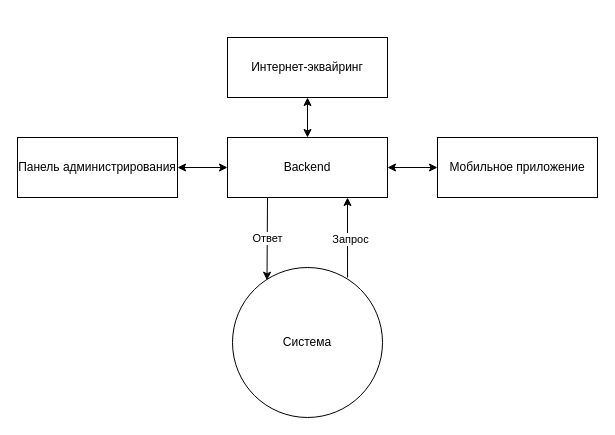
Above: CE/StarBazaar_full.drawio in careock/diagrams (draw.io), before the change. Source tidied: cells renumbered, new cells numbered last; positions are measured from the earlier drawing's top-left corner, leaving out a move shared by most shapes. Both pictures are drawn from the tidied source at 100%, with x=0, y=0 at pixel (17, 37).
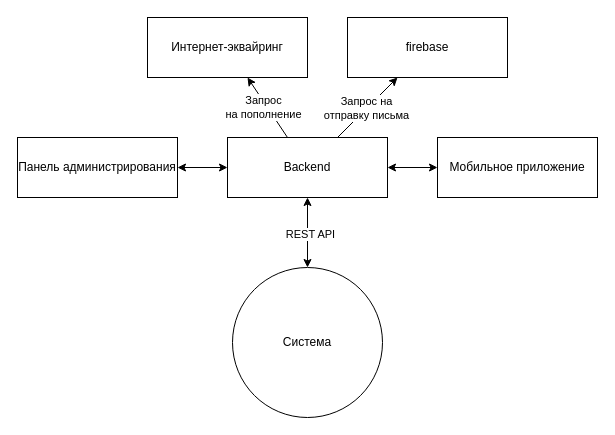
Above is the later version.

Diff of the diagram source:
```diff
@@
 <mxGraphModel>
   <root>
     <mxCell id="0" />
     <mxCell id="1" parent="0" />
     <mxCell id="2" value="Система" style="ellipse;whiteSpace=wrap;html=1;" parent="1" vertex="1">
       <mxGeometry x="215" y="230" width="150" height="150" as="geometry" />
     </mxCell>
     <mxCell id="3" value="Панель администрирования" style="rounded=0;whiteSpace=wrap;html=1;" parent="1" vertex="1">
       <mxGeometry y="100" width="160" height="60" as="geometry" />
     </mxCell>
     <mxCell id="4" value="Backend" style="rounded=0;whiteSpace=wrap;html=1;" parent="1" vertex="1">
       <mxGeometry x="210" y="100" width="160" height="60" as="geometry" />
     </mxCell>
     <mxCell id="5" value="Мобильное приложение" style="rounded=0;whiteSpace=wrap;html=1;" parent="1" vertex="1">
       <mxGeometry x="420" y="100" width="160" height="60" as="geometry" />
     </mxCell>
-    <mxCell id="6" value="Ответ" style="endArrow=classic;html=1;rounded=0;entryX=0.23;entryY=0.085;entryDx=0;entryDy=0;entryPerimeter=0;exitX=0.25;exitY=1;exitDx=0;exitDy=0;" parent="1" edge="1" source="4" target="2">
-      <mxGeometry relative="1" as="geometry" />
-    </mxCell>
-    <mxCell id="7" style="endArrow=classic;html=1;rounded=0;entryX=0.75;entryY=1;entryDx=0;entryDy=0;exitX=0.767;exitY=0.067;exitDx=0;exitDy=0;exitPerimeter=0;" parent="1" edge="1" source="2" target="4">
+    <mxCell id="7" style="endArrow=classic;html=1;rounded=0;startArrow=classic;startFill=1;" parent="1" edge="1" source="2" target="4">
       <mxGeometry relative="1" as="geometry" />
     </mxCell>
-    <mxCell id="8" value="Запрос" style="edgeLabel;html=1;align=center;verticalAlign=middle;" parent="7" vertex="1">
+    <mxCell id="8" value="REST API" style="edgeLabel;html=1;align=center;verticalAlign=middle;" parent="7" vertex="1">
       <mxGeometry x="-0.03" y="-2" relative="1" as="geometry" />
     </mxCell>
     <mxCell id="9" style="endArrow=classic;html=1;rounded=0;startArrow=classic;startFill=1;" parent="1" edge="1" source="3" target="4">
       <mxGeometry relative="1" as="geometry" />
     </mxCell>
     <mxCell id="10" style="endArrow=classic;html=1;rounded=0;startArrow=classic;startFill=1;" parent="1" edge="1" source="4" target="5">
       <mxGeometry relative="1" as="geometry" />
     </mxCell>
     <mxCell id="11" value="Интернет-эквайринг" style="rounded=0;whiteSpace=wrap;html=1;" parent="1" vertex="1">
-      <mxGeometry x="210" width="160" height="60" as="geometry" />
+      <mxGeometry x="130" y="-20" width="160" height="60" as="geometry" />
     </mxCell>
-    <mxCell id="12" style="endArrow=classic;html=1;rounded=0;startArrow=classic;startFill=1;" parent="1" edge="1" source="4" target="11">
+    <mxCell id="12" style="endArrow=classic;html=1;rounded=0;startArrow=none;startFill=0;" parent="1" edge="1" source="4" target="11">
       <mxGeometry relative="1" as="geometry" />
     </mxCell>
+    <mxCell id="13" value="Запрос &lt;br&gt;на пополнение" style="edgeLabel;html=1;align=center;verticalAlign=middle;" parent="12" vertex="1">
+      <mxGeometry x="0.18" y="1" relative="1" as="geometry">
+        <mxPoint y="5" as="offset" />
+      </mxGeometry>
+    </mxCell>
+    <mxCell id="14" value="firebase" style="rounded=0;whiteSpace=wrap;html=1;" parent="1" vertex="1">
+      <mxGeometry x="330" y="-20" width="160" height="60" as="geometry" />
+    </mxCell>
+    <mxCell id="15" style="endArrow=classic;html=1;rounded=0;startArrow=none;startFill=0;" parent="1" edge="1" source="4" target="14">
+      <mxGeometry relative="1" as="geometry" />
+    </mxCell>
+    <mxCell id="16" value="Запрос на &lt;br&gt;отправку письма" style="edgeLabel;html=1;align=center;verticalAlign=middle;" parent="15" vertex="1">
+      <mxGeometry x="-0.09" y="-1" relative="1" as="geometry">
+        <mxPoint y="-3" as="offset" />
+      </mxGeometry>
+    </mxCell>
   </root>
 </mxGraphModel>
```
